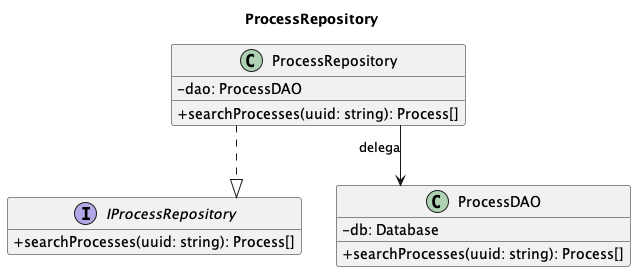
Earlier version of the PlantUML export out/3_PB/DocumentiEsterni/DiagrammiSpecificaTecnica/C4/C4_backend_Search/C4_backend_Search-7.png (7-ZPUs/Docs).
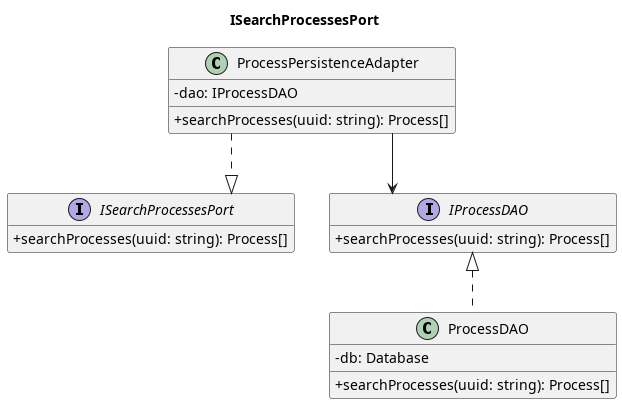
The same diagram one commit later.

Change to the diagram source:
```diff
@@ -1,23 +1,28 @@
 @startuml
-title ProcessRepository
+title ISearchProcessesPort
 
 skinparam classAttributeIconSize 0
 skinparam linetype ortho
 hide empty members
 
-interface IProcessRepository {
+interface ISearchProcessesPort {
     + searchProcesses(uuid: string): Process[]
 }
-class ProcessRepository {
-    - dao: ProcessDAO
+class ProcessPersistenceAdapter {
+    - dao: IProcessDAO
     + searchProcesses(uuid: string): Process[]
 }
-class ProcessDAO {
+
+interface IProcessDAO {
+    + searchProcesses(uuid: string): Process[]
+}
+
+class ProcessDAO implements IProcessDAO {
     - db: Database
     + searchProcesses(uuid: string): Process[]
 }
 
-ProcessRepository ..|> IProcessRepository
-ProcessRepository --> ProcessDAO : delega
+ProcessPersistenceAdapter ..|> ISearchProcessesPort
+ProcessPersistenceAdapter --> IProcessDAO
 
 @enduml
```
